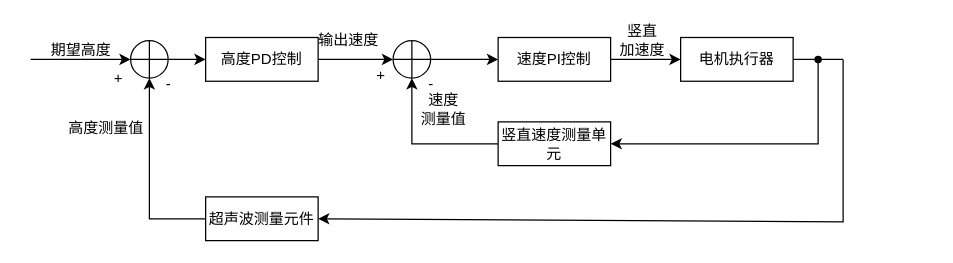
This is Untitled Diagram6.drawio from Thomas-Pynchon/Thomas-Pynchon.github.io, a draw.io file, before an edit. Source tidied: cells renumbered, new cells numbered last; positions are measured from the earlier drawing's top-left corner, leaving out a move shared by most shapes. Both pictures are drawn from the tidied source at 125%, with x=0, y=0 at pixel (30, 21).
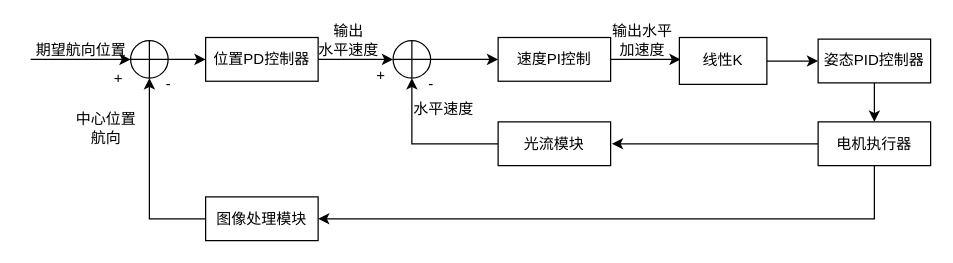
The same page after the edit.

Unchanged cells that the change refers to:
```xml
<mxCell id="14" value="速度PI控制" style="rounded=0;whiteSpace=wrap;html=1;" parent="1" vertex="1">
  <mxGeometry x="374" y="12.5" width="90" height="35" as="geometry" />
</mxCell>
```

What changed in the source:
```diff
@@
-    <mxCell id="6" value="高度PD控制" style="rounded=0;whiteSpace=wrap;html=1;" parent="1" vertex="1">
+    <mxCell id="6" value="位置PD控制器" style="rounded=0;whiteSpace=wrap;html=1;" parent="1" vertex="1">
       <mxGeometry x="140" y="12.5" width="90" height="35" as="geometry" />
     </mxCell>
@@
-    <mxCell id="8" value="期望高度" style="text;html=1;align=center;verticalAlign=middle;strokeColor=none;fillColor=none;" parent="1" vertex="1">
-      <mxGeometry x="10" y="12.5" width="60" height="20" as="geometry" />
+    <mxCell id="8" value="期望航向位置" style="text;html=1;align=center;verticalAlign=middle;strokeColor=none;fillColor=none;" parent="1" vertex="1">
+      <mxGeometry x="-5" y="12.5" width="90" height="20" as="geometry" />
     </mxCell>
@@
-    <mxCell id="11" value="输出速度" style="text;html=1;align=center;verticalAlign=middle;strokeColor=none;fillColor=none;" parent="1" vertex="1">
-      <mxGeometry x="224" y="5" width="60" height="20" as="geometry" />
+    <mxCell id="11" value="输出&lt;br&gt;水平速度" style="text;html=1;align=center;verticalAlign=middle;strokeColor=none;fillColor=none;" parent="1" vertex="1">
+      <mxGeometry x="224" width="60" height="30" as="geometry" />
     </mxCell>
@@
-    <mxCell id="13" style="edgeStyle=orthogonalEdgeStyle;rounded=0;jettySize=auto;html=1;" parent="1" edge="1" source="14" target="15">
-      <mxGeometry relative="1" as="geometry" />
+    <mxCell id="13" style="edgeStyle=orthogonalEdgeStyle;rounded=0;jettySize=auto;html=1;" parent="1" edge="1" source="14">
+      <mxGeometry relative="1" as="geometry">
+        <mxPoint x="520" y="30" as="targetPoint" />
+      </mxGeometry>
     </mxCell>
@@
-    <mxCell id="15" value="电机执行器" style="rounded=0;whiteSpace=wrap;html=1;" parent="1" vertex="1">
-      <mxGeometry x="520" y="12.5" width="90" height="35" as="geometry" />
-    </mxCell>
-    <mxCell id="16" value="竖直&lt;br&gt;加速度" style="text;html=1;align=center;verticalAlign=middle;strokeColor=none;fillColor=none;" parent="1" vertex="1">
-      <mxGeometry x="464" width="50" height="30" as="geometry" />
+    <mxCell id="16" value="输出水平&lt;br&gt;加速度" style="text;html=1;align=center;verticalAlign=middle;strokeColor=none;fillColor=none;" parent="1" vertex="1">
+      <mxGeometry x="459" width="60" height="30" as="geometry" />
     </mxCell>
-    <mxCell id="17" style="endArrow=classic;html=1;rounded=0;exitDx=0;exitDy=0;startArrow=none;entryX=1;entryY=0.5;entryDx=0;entryDy=0;" parent="1" edge="1" target="26">
-      <mxGeometry relative="1" as="geometry">
-        <mxPoint x="650" y="30" as="sourcePoint" />
-        <Array as="points">
-          <mxPoint x="650" y="160" />
-        </Array>
-      </mxGeometry>
-    </mxCell>
-    <mxCell id="18" style="edgeStyle=orthogonalEdgeStyle;rounded=0;jettySize=auto;html=1;entryX=1;entryY=0.5;entryDx=0;entryDy=0;" parent="1" edge="1" source="19" target="23">
-      <mxGeometry relative="1" as="geometry">
-        <Array as="points">
-          <mxPoint x="630" y="98" />
-        </Array>
-      </mxGeometry>
-    </mxCell>
-    <mxCell id="19" style="shape=waypoint;sketch=0;fillStyle=solid;size=6;points=[];fillColor=none;perimeter=centerPerimeter;snapToPoint=1;" parent="1" vertex="1">
-      <mxGeometry x="610" y="10" width="40" height="40" as="geometry" />
-    </mxCell>
-    <mxCell id="20" style="endArrow=none;html=1;rounded=0;exitX=1;exitY=0.5;exitDx=0;exitDy=0;" parent="1" edge="1" source="15" target="19">
-      <mxGeometry relative="1" as="geometry" />
-    </mxCell>
-    <mxCell id="21" style="endArrow=none;html=1;rounded=0;exitDx=0;exitDy=0;startArrow=none;" parent="1" edge="1" source="19">
-      <mxGeometry relative="1" as="geometry">
-        <mxPoint x="650" y="30" as="targetPoint" />
-      </mxGeometry>
-    </mxCell>
@@
-    <mxCell id="23" value="竖直速度测量单元" style="rounded=0;whiteSpace=wrap;html=1;" parent="1" vertex="1">
+    <mxCell id="23" value="光流模块" style="rounded=0;whiteSpace=wrap;html=1;" parent="1" vertex="1">
       <mxGeometry x="374" y="80" width="90" height="35" as="geometry" />
     </mxCell>
@@
-    <mxCell id="26" value="超声波测量元件" style="rounded=0;whiteSpace=wrap;html=1;" parent="1" vertex="1">
+    <mxCell id="26" value="图像处理模块" style="rounded=0;whiteSpace=wrap;html=1;" parent="1" vertex="1">
       <mxGeometry x="140" y="140" width="90" height="35" as="geometry" />
     </mxCell>
-    <mxCell id="27" value="速度&lt;br&gt;测量值" style="text;html=1;align=center;verticalAlign=middle;strokeColor=none;fillColor=none;" parent="1" vertex="1">
-      <mxGeometry x="305" y="55" width="50" height="30" as="geometry" />
+    <mxCell id="27" value="水平速度" style="text;html=1;align=center;verticalAlign=middle;strokeColor=none;fillColor=none;" parent="1" vertex="1">
+      <mxGeometry x="300" y="60" width="60" height="20" as="geometry" />
     </mxCell>
@@
-    <mxCell id="29" value="高度测量值" style="text;html=1;align=center;verticalAlign=middle;strokeColor=none;fillColor=none;" parent="1" vertex="1">
-      <mxGeometry x="20" y="75" width="80" height="20" as="geometry" />
+    <mxCell id="29" value="中心位置&lt;br&gt;航向" style="text;html=1;align=center;verticalAlign=middle;strokeColor=none;fillColor=none;" parent="1" vertex="1">
+      <mxGeometry x="30" y="70" width="60" height="30" as="geometry" />
     </mxCell>
+    <mxCell id="30" style="edgeStyle=orthogonalEdgeStyle;rounded=0;jettySize=auto;html=1;" parent="1" edge="1" source="31" target="33">
+      <mxGeometry relative="1" as="geometry" />
+    </mxCell>
+    <mxCell id="31" value="线性K" style="rounded=0;whiteSpace=wrap;html=1;" parent="1" vertex="1">
+      <mxGeometry x="519" y="12.5" width="70" height="37.5" as="geometry" />
+    </mxCell>
+    <mxCell id="32" style="edgeStyle=orthogonalEdgeStyle;rounded=0;jettySize=auto;html=1;" parent="1" edge="1" source="33" target="15">
+      <mxGeometry relative="1" as="geometry" />
+    </mxCell>
+    <mxCell id="33" value="姿态PID控制器" style="rounded=0;whiteSpace=wrap;html=1;" parent="1" vertex="1">
+      <mxGeometry x="630" y="13.8" width="90" height="35" as="geometry" />
+    </mxCell>
+    <mxCell id="34" style="edgeStyle=orthogonalEdgeStyle;rounded=0;jettySize=auto;html=1;" parent="1" edge="1" source="15">
+      <mxGeometry relative="1" as="geometry">
+        <mxPoint x="465" y="97.5" as="targetPoint" />
+      </mxGeometry>
+    </mxCell>
+    <mxCell id="35" style="edgeStyle=orthogonalEdgeStyle;rounded=0;jettySize=auto;html=1;entryX=1;entryY=0.5;entryDx=0;entryDy=0;" parent="1" edge="1" source="15" target="26">
+      <mxGeometry relative="1" as="geometry">
+        <Array as="points">
+          <mxPoint x="675" y="157" />
+        </Array>
+      </mxGeometry>
+    </mxCell>
+    <mxCell id="15" value="电机执行器" style="rounded=0;whiteSpace=wrap;html=1;" parent="1" vertex="1">
+      <mxGeometry x="630" y="80" width="90" height="35" as="geometry" />
+    </mxCell>
```
